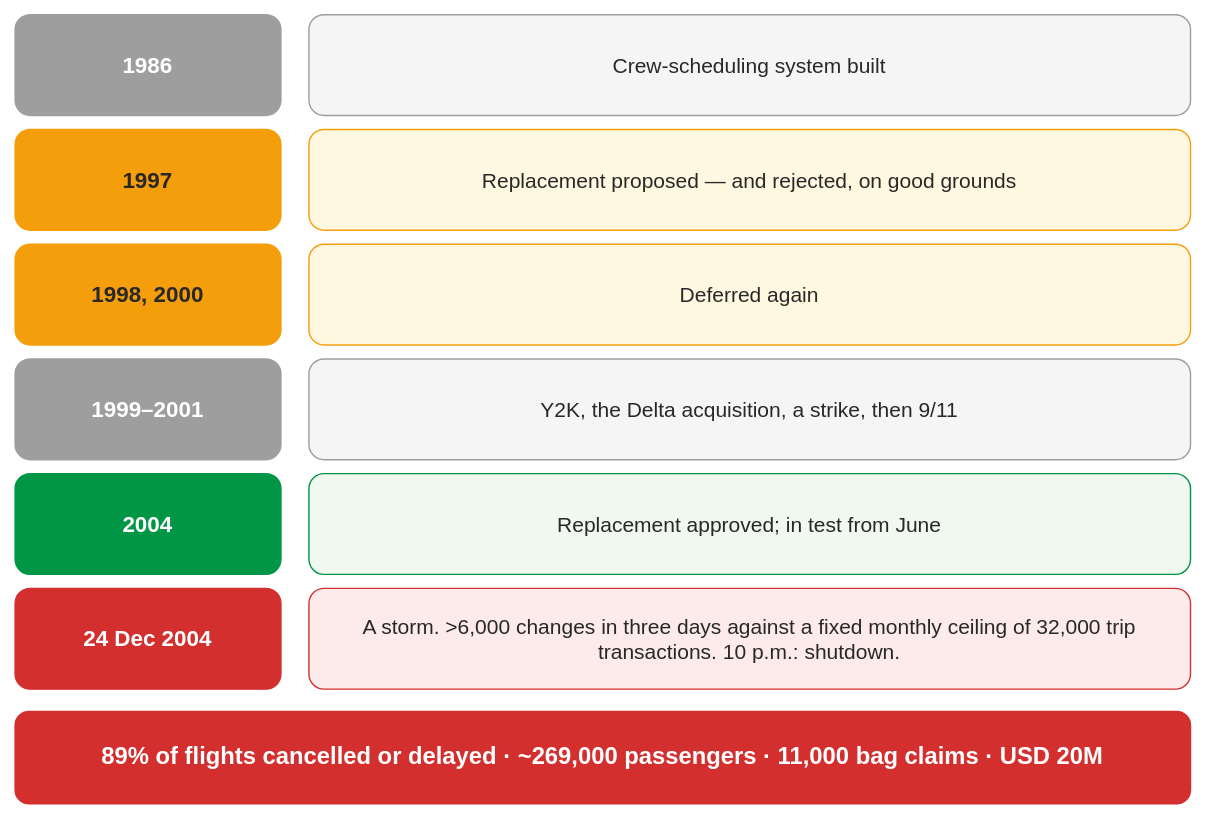
Before: content/needs/risks/comair-timeline.svg, a diagram exported from draw.io (msdbok/msdbok.github.io). Source tidied: cells renumbered, new cells last; positions are measured from the earlier drawing's top-left corner, leaving out a move shared by most shapes. The source it was exported from:
```xml
<mxGraphModel>
  <root>
    <mxCell id="0" />
    <mxCell id="1" parent="0" />
    <mxCell id="2" value="1986" style="rounded=1;whiteSpace=wrap;html=1;fillColor=#9e9e9e;strokeColor=#9e9e9e;fontFamily=Tahoma,Verdana,sans-serif;fontColor=#ffffff;fontSize=16;fontStyle=1;" parent="1" vertex="1">
      <mxGeometry width="190" height="72" as="geometry" />
    </mxCell>
    <mxCell id="3" value="Crew-scheduling system built" style="rounded=1;whiteSpace=wrap;html=1;fillColor=#f5f5f5;strokeColor=#9e9e9e;fontFamily=Tahoma,Verdana,sans-serif;fontColor=#282828;fontSize=15;" parent="1" vertex="1">
      <mxGeometry x="210" width="630" height="72" as="geometry" />
    </mxCell>
    <mxCell id="4" value="1997" style="rounded=1;whiteSpace=wrap;html=1;fillColor=#f59e0b;strokeColor=#f59e0b;fontFamily=Tahoma,Verdana,sans-serif;fontColor=#282828;fontSize=16;fontStyle=1;" parent="1" vertex="1">
      <mxGeometry y="82" width="190" height="72" as="geometry" />
    </mxCell>
    <mxCell id="5" value="Replacement proposed — and rejected, on good grounds" style="rounded=1;whiteSpace=wrap;html=1;fillColor=#fff8e1;strokeColor=#f59e0b;fontFamily=Tahoma,Verdana,sans-serif;fontColor=#282828;fontSize=15;" parent="1" vertex="1">
      <mxGeometry x="210" y="82" width="630" height="72" as="geometry" />
    </mxCell>
    <mxCell id="6" value="1998, 2000" style="rounded=1;whiteSpace=wrap;html=1;fillColor=#f59e0b;strokeColor=#f59e0b;fontFamily=Tahoma,Verdana,sans-serif;fontColor=#282828;fontSize=16;fontStyle=1;" parent="1" vertex="1">
      <mxGeometry y="164" width="190" height="72" as="geometry" />
    </mxCell>
    <mxCell id="7" value="Deferred again" style="rounded=1;whiteSpace=wrap;html=1;fillColor=#fff8e1;strokeColor=#f59e0b;fontFamily=Tahoma,Verdana,sans-serif;fontColor=#282828;fontSize=15;" parent="1" vertex="1">
      <mxGeometry x="210" y="164" width="630" height="72" as="geometry" />
    </mxCell>
    <mxCell id="8" value="1999–2001" style="rounded=1;whiteSpace=wrap;html=1;fillColor=#9e9e9e;strokeColor=#9e9e9e;fontFamily=Tahoma,Verdana,sans-serif;fontColor=#ffffff;fontSize=16;fontStyle=1;" parent="1" vertex="1">
      <mxGeometry y="246" width="190" height="72" as="geometry" />
    </mxCell>
    <mxCell id="9" value="Y2K, the Delta acquisition, a strike, then 9/11" style="rounded=1;whiteSpace=wrap;html=1;fillColor=#f5f5f5;strokeColor=#9e9e9e;fontFamily=Tahoma,Verdana,sans-serif;fontColor=#282828;fontSize=15;" parent="1" vertex="1">
      <mxGeometry x="210" y="246" width="630" height="72" as="geometry" />
    </mxCell>
    <mxCell id="10" value="2004" style="rounded=1;whiteSpace=wrap;html=1;fillColor=#019546;strokeColor=#019546;fontFamily=Tahoma,Verdana,sans-serif;fontColor=#ffffff;fontSize=16;fontStyle=1;" parent="1" vertex="1">
      <mxGeometry y="328" width="190" height="72" as="geometry" />
    </mxCell>
    <mxCell id="11" value="Replacement approved; in test from June" style="rounded=1;whiteSpace=wrap;html=1;fillColor=#f0f8f0;strokeColor=#019546;fontFamily=Tahoma,Verdana,sans-serif;fontColor=#282828;fontSize=15;" parent="1" vertex="1">
      <mxGeometry x="210" y="328" width="630" height="72" as="geometry" />
    </mxCell>
    <mxCell id="12" value="24 Dec 2004" style="rounded=1;whiteSpace=wrap;html=1;fillColor=#d32f2f;strokeColor=#d32f2f;fontFamily=Tahoma,Verdana,sans-serif;fontColor=#ffffff;fontSize=16;fontStyle=1;" parent="1" vertex="1">
      <mxGeometry y="410" width="190" height="72" as="geometry" />
    </mxCell>
    <mxCell id="13" value="A storm. &amp;gt;6,000 changes in three days against a fixed monthly ceiling of 32,000 trip transactions. 10 p.m.: shutdown." style="rounded=1;whiteSpace=wrap;html=1;fillColor=#fdeaea;strokeColor=#d32f2f;fontFamily=Tahoma,Verdana,sans-serif;fontColor=#282828;fontSize=15;" parent="1" vertex="1">
      <mxGeometry x="210" y="410" width="630" height="72" as="geometry" />
    </mxCell>
    <mxCell id="14" value="&lt;b&gt;89% of flights cancelled or delayed &amp;middot; ~269,000 passengers &amp;middot; 11,000 bag claims &amp;middot; USD 20M&lt;/b&gt;" style="rounded=1;whiteSpace=wrap;html=1;fillColor=#d32f2f;strokeColor=#d32f2f;fontFamily=Tahoma,Verdana,sans-serif;fontColor=#ffffff;fontSize=17;" parent="1" vertex="1">
      <mxGeometry y="498" width="840" height="66" as="geometry" />
    </mxCell>
  </root>
</mxGraphModel>
```
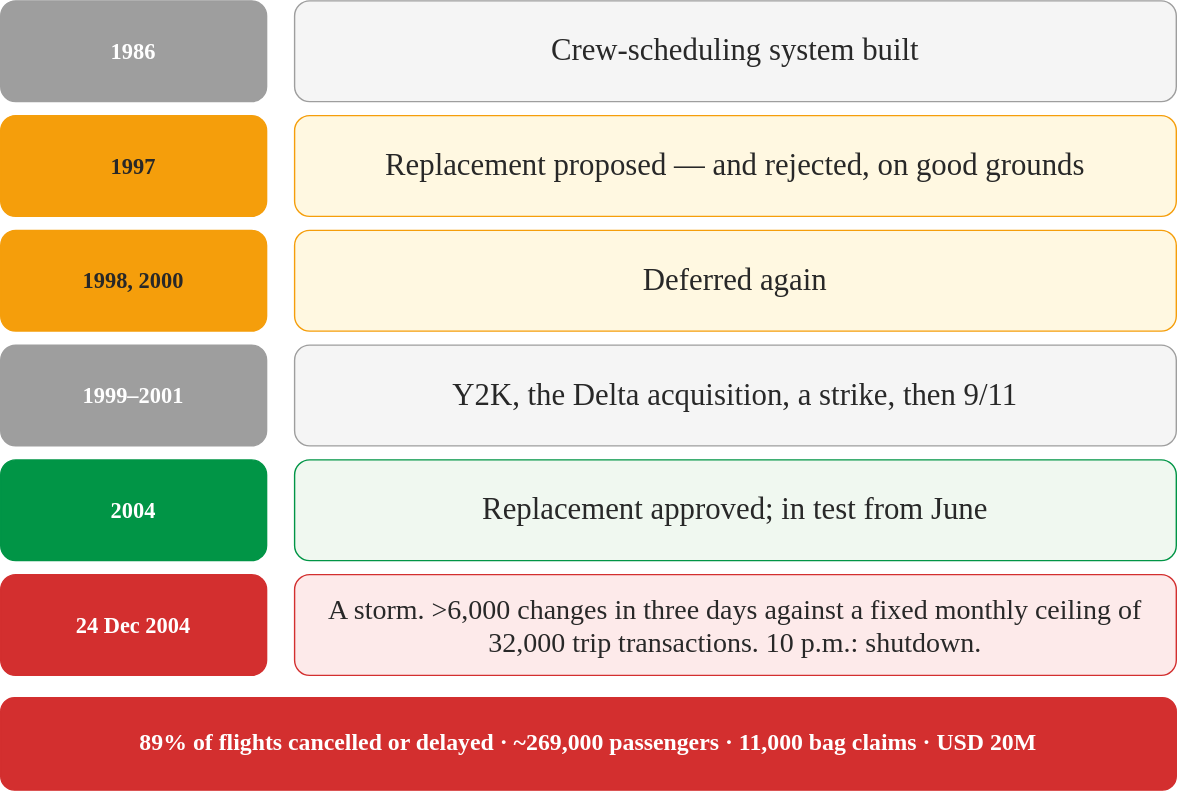
After the commit.

The edit, as a diff of the source:
```diff
@@ -5,40 +5,40 @@
     <mxCell id="2" value="1986" style="rounded=1;whiteSpace=wrap;html=1;fillColor=#9e9e9e;strokeColor=#9e9e9e;fontFamily=Tahoma,Verdana,sans-serif;fontColor=#ffffff;fontSize=16;fontStyle=1;" parent="1" vertex="1">
       <mxGeometry width="190" height="72" as="geometry" />
     </mxCell>
-    <mxCell id="3" value="Crew-scheduling system built" style="rounded=1;whiteSpace=wrap;html=1;fillColor=#f5f5f5;strokeColor=#9e9e9e;fontFamily=Tahoma,Verdana,sans-serif;fontColor=#282828;fontSize=15;" parent="1" vertex="1">
+    <mxCell id="3" value="Crew-scheduling system built" style="rounded=1;whiteSpace=wrap;html=1;fillColor=#f5f5f5;strokeColor=#9e9e9e;fontFamily=Tahoma,Verdana,sans-serif;fontColor=#282828;fontSize=22;" parent="1" vertex="1">
       <mxGeometry x="210" width="630" height="72" as="geometry" />
     </mxCell>
     <mxCell id="4" value="1997" style="rounded=1;whiteSpace=wrap;html=1;fillColor=#f59e0b;strokeColor=#f59e0b;fontFamily=Tahoma,Verdana,sans-serif;fontColor=#282828;fontSize=16;fontStyle=1;" parent="1" vertex="1">
       <mxGeometry y="82" width="190" height="72" as="geometry" />
     </mxCell>
-    <mxCell id="5" value="Replacement proposed — and rejected, on good grounds" style="rounded=1;whiteSpace=wrap;html=1;fillColor=#fff8e1;strokeColor=#f59e0b;fontFamily=Tahoma,Verdana,sans-serif;fontColor=#282828;fontSize=15;" parent="1" vertex="1">
+    <mxCell id="5" value="Replacement proposed — and rejected, on good grounds" style="rounded=1;whiteSpace=wrap;html=1;fillColor=#fff8e1;strokeColor=#f59e0b;fontFamily=Tahoma,Verdana,sans-serif;fontColor=#282828;fontSize=22;" parent="1" vertex="1">
       <mxGeometry x="210" y="82" width="630" height="72" as="geometry" />
     </mxCell>
     <mxCell id="6" value="1998, 2000" style="rounded=1;whiteSpace=wrap;html=1;fillColor=#f59e0b;strokeColor=#f59e0b;fontFamily=Tahoma,Verdana,sans-serif;fontColor=#282828;fontSize=16;fontStyle=1;" parent="1" vertex="1">
       <mxGeometry y="164" width="190" height="72" as="geometry" />
     </mxCell>
-    <mxCell id="7" value="Deferred again" style="rounded=1;whiteSpace=wrap;html=1;fillColor=#fff8e1;strokeColor=#f59e0b;fontFamily=Tahoma,Verdana,sans-serif;fontColor=#282828;fontSize=15;" parent="1" vertex="1">
+    <mxCell id="7" value="Deferred again" style="rounded=1;whiteSpace=wrap;html=1;fillColor=#fff8e1;strokeColor=#f59e0b;fontFamily=Tahoma,Verdana,sans-serif;fontColor=#282828;fontSize=22;" parent="1" vertex="1">
       <mxGeometry x="210" y="164" width="630" height="72" as="geometry" />
     </mxCell>
     <mxCell id="8" value="1999–2001" style="rounded=1;whiteSpace=wrap;html=1;fillColor=#9e9e9e;strokeColor=#9e9e9e;fontFamily=Tahoma,Verdana,sans-serif;fontColor=#ffffff;fontSize=16;fontStyle=1;" parent="1" vertex="1">
       <mxGeometry y="246" width="190" height="72" as="geometry" />
     </mxCell>
-    <mxCell id="9" value="Y2K, the Delta acquisition, a strike, then 9/11" style="rounded=1;whiteSpace=wrap;html=1;fillColor=#f5f5f5;strokeColor=#9e9e9e;fontFamily=Tahoma,Verdana,sans-serif;fontColor=#282828;fontSize=15;" parent="1" vertex="1">
+    <mxCell id="9" value="Y2K, the Delta acquisition, a strike, then 9/11" style="rounded=1;whiteSpace=wrap;html=1;fillColor=#f5f5f5;strokeColor=#9e9e9e;fontFamily=Tahoma,Verdana,sans-serif;fontColor=#282828;fontSize=22;" parent="1" vertex="1">
       <mxGeometry x="210" y="246" width="630" height="72" as="geometry" />
     </mxCell>
     <mxCell id="10" value="2004" style="rounded=1;whiteSpace=wrap;html=1;fillColor=#019546;strokeColor=#019546;fontFamily=Tahoma,Verdana,sans-serif;fontColor=#ffffff;fontSize=16;fontStyle=1;" parent="1" vertex="1">
       <mxGeometry y="328" width="190" height="72" as="geometry" />
     </mxCell>
-    <mxCell id="11" value="Replacement approved; in test from June" style="rounded=1;whiteSpace=wrap;html=1;fillColor=#f0f8f0;strokeColor=#019546;fontFamily=Tahoma,Verdana,sans-serif;fontColor=#282828;fontSize=15;" parent="1" vertex="1">
+    <mxCell id="11" value="Replacement approved; in test from June" style="rounded=1;whiteSpace=wrap;html=1;fillColor=#f0f8f0;strokeColor=#019546;fontFamily=Tahoma,Verdana,sans-serif;fontColor=#282828;fontSize=22;" parent="1" vertex="1">
       <mxGeometry x="210" y="328" width="630" height="72" as="geometry" />
     </mxCell>
     <mxCell id="12" value="24 Dec 2004" style="rounded=1;whiteSpace=wrap;html=1;fillColor=#d32f2f;strokeColor=#d32f2f;fontFamily=Tahoma,Verdana,sans-serif;fontColor=#ffffff;fontSize=16;fontStyle=1;" parent="1" vertex="1">
       <mxGeometry y="410" width="190" height="72" as="geometry" />
     </mxCell>
-    <mxCell id="13" value="A storm. &amp;gt;6,000 changes in three days against a fixed monthly ceiling of 32,000 trip transactions. 10 p.m.: shutdown." style="rounded=1;whiteSpace=wrap;html=1;fillColor=#fdeaea;strokeColor=#d32f2f;fontFamily=Tahoma,Verdana,sans-serif;fontColor=#282828;fontSize=15;" parent="1" vertex="1">
+    <mxCell id="13" value="A storm. &amp;gt;6,000 changes in three days against a fixed monthly ceiling of 32,000 trip transactions. 10 p.m.: shutdown." style="rounded=1;whiteSpace=wrap;html=1;fillColor=#fdeaea;strokeColor=#d32f2f;fontFamily=Tahoma,Verdana,sans-serif;fontColor=#282828;fontSize=20;" parent="1" vertex="1">
       <mxGeometry x="210" y="410" width="630" height="72" as="geometry" />
     </mxCell>
-    <mxCell id="14" value="&lt;b&gt;89% of flights cancelled or delayed &amp;middot; ~269,000 passengers &amp;middot; 11,000 bag claims &amp;middot; USD 20M&lt;/b&gt;" style="rounded=1;whiteSpace=wrap;html=1;fillColor=#d32f2f;strokeColor=#d32f2f;fontFamily=Tahoma,Verdana,sans-serif;fontColor=#ffffff;fontSize=17;" parent="1" vertex="1">
+    <mxCell id="14" value="&lt;b&gt;&lt;font style=&quot;color: rgb(255, 255, 255);&quot;&gt;89% of flights cancelled or delayed · ~269,000 passengers · 11,000 bag claims · USD 20M&lt;/font&gt;&lt;/b&gt;" style="rounded=1;whiteSpace=wrap;html=1;fillColor=#d32f2f;strokeColor=#d32f2f;fontFamily=Tahoma,Verdana,sans-serif;fontColor=#FFFFFF;fontSize=17;labelBackgroundColor=none;labelBorderColor=none;" parent="1" vertex="1">
       <mxGeometry y="498" width="840" height="66" as="geometry" />
     </mxCell>
   </root>
```
